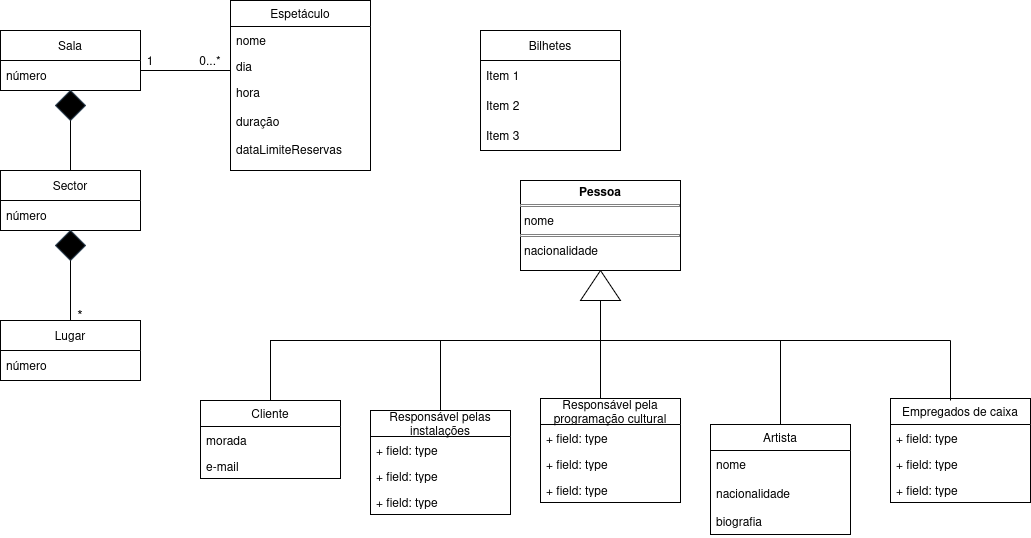
This is UML1.drawio.png from leorsd/ESOF_UML, a draw.io export, as it was before one commit. Source tidied: cells renumbered, new cells last; positions are measured from the earlier drawing's top-left corner, leaving out a move shared by most shapes. Source of this version:
```xml
<mxGraphModel>
  <root>
    <mxCell id="0" />
    <mxCell id="1" parent="0" />
    <mxCell id="2" value="Artista" style="swimlane;fontStyle=0;horizontal=1;startSize=26;fillColor=none;whiteSpace=wrap;html=1;" parent="1" vertex="1">
      <mxGeometry x="710" y="424" width="140" height="110" as="geometry" />
    </mxCell>
    <mxCell id="3" value="&lt;div&gt;nome&lt;/div&gt;&lt;div&gt;&lt;br&gt;&lt;/div&gt;&lt;div&gt;nacionalidade&lt;/div&gt;&lt;div&gt;&lt;br&gt;&lt;/div&gt;&lt;div&gt;biografia&lt;/div&gt;" style="text;strokeColor=none;fillColor=none;align=left;verticalAlign=top;spacingLeft=4;spacingRight=4;overflow=hidden;whiteSpace=wrap;html=1;" parent="2" vertex="1">
      <mxGeometry y="26" width="140" height="84" as="geometry" />
    </mxCell>
    <mxCell id="4" value="Sala" style="swimlane;fontStyle=0;horizontal=1;startSize=30;whiteSpace=wrap;html=1;" parent="1" vertex="1">
      <mxGeometry y="30" width="140" height="60" as="geometry" />
    </mxCell>
    <mxCell id="5" value="número" style="text;strokeColor=none;fillColor=none;align=left;verticalAlign=middle;spacingLeft=4;spacingRight=4;overflow=hidden;whiteSpace=wrap;html=1;" parent="4" vertex="1">
      <mxGeometry y="30" width="140" height="30" as="geometry" />
    </mxCell>
    <mxCell id="6" value="Sector" style="swimlane;fontStyle=0;horizontal=1;startSize=30;whiteSpace=wrap;html=1;" parent="1" vertex="1">
      <mxGeometry y="170" width="140" height="60" as="geometry" />
    </mxCell>
    <mxCell id="7" value="número" style="text;strokeColor=none;fillColor=none;align=left;verticalAlign=middle;spacingLeft=4;spacingRight=4;overflow=hidden;whiteSpace=wrap;html=1;" parent="6" vertex="1">
      <mxGeometry y="30" width="140" height="30" as="geometry" />
    </mxCell>
    <mxCell id="8" style="rhombus;whiteSpace=wrap;html=1;strokeColor=#314354;fillColor=#000000;fontColor=#ffffff;" parent="1" vertex="1">
      <mxGeometry x="55" y="90" width="30" height="30" as="geometry" />
    </mxCell>
    <mxCell id="9" style="endArrow=none;html=1;rounded=0;entryX=0.5;entryY=1;entryDx=0;entryDy=0;" parent="1" edge="1" target="8">
      <mxGeometry relative="1" as="geometry">
        <mxPoint x="70" y="170" as="sourcePoint" />
      </mxGeometry>
    </mxCell>
    <mxCell id="10" value="1" style="text;html=1;align=center;verticalAlign=middle;whiteSpace=wrap;rounded=0;" parent="1" vertex="1">
      <mxGeometry x="120" y="45" width="60" height="30" as="geometry" />
    </mxCell>
    <mxCell id="11" value="Lugar" style="swimlane;fontStyle=0;horizontal=1;startSize=30;whiteSpace=wrap;html=1;" parent="1" vertex="1">
      <mxGeometry y="320" width="140" height="60" as="geometry" />
    </mxCell>
    <mxCell id="12" value="número" style="text;strokeColor=none;fillColor=none;align=left;verticalAlign=middle;spacingLeft=4;spacingRight=4;overflow=hidden;whiteSpace=wrap;html=1;" parent="11" vertex="1">
      <mxGeometry y="30" width="140" height="30" as="geometry" />
    </mxCell>
    <mxCell id="13" style="rhombus;whiteSpace=wrap;html=1;strokeColor=#314354;fillColor=#000000;fontColor=#ffffff;" parent="1" vertex="1">
      <mxGeometry x="55" y="230" width="30" height="30" as="geometry" />
    </mxCell>
    <mxCell id="14" style="endArrow=none;html=1;rounded=0;" parent="1" edge="1" source="11">
      <mxGeometry relative="1" as="geometry">
        <mxPoint x="70" y="260" as="targetPoint" />
      </mxGeometry>
    </mxCell>
    <mxCell id="15" value="&lt;font style=&quot;font-size: 14px;&quot;&gt;*&lt;/font&gt;" style="text;html=1;align=center;verticalAlign=middle;whiteSpace=wrap;rounded=0;" parent="1" vertex="1">
      <mxGeometry x="50" y="300" width="60" height="30" as="geometry" />
    </mxCell>
    <mxCell id="16" value="Espetáculo" style="swimlane;fontStyle=0;horizontal=1;startSize=26;fillColor=none;whiteSpace=wrap;html=1;" parent="1" vertex="1">
      <mxGeometry x="230" width="140" height="170" as="geometry" />
    </mxCell>
    <mxCell id="17" value="nome" style="text;strokeColor=none;fillColor=none;align=left;verticalAlign=top;spacingLeft=4;spacingRight=4;overflow=hidden;whiteSpace=wrap;html=1;" parent="16" vertex="1">
      <mxGeometry y="26" width="140" height="26" as="geometry" />
    </mxCell>
    <mxCell id="18" value="dia" style="text;strokeColor=none;fillColor=none;align=left;verticalAlign=top;spacingLeft=4;spacingRight=4;overflow=hidden;whiteSpace=wrap;html=1;" parent="16" vertex="1">
      <mxGeometry y="52" width="140" height="26" as="geometry" />
    </mxCell>
    <mxCell id="19" value="&lt;div&gt;hora&lt;/div&gt;&lt;div&gt;&lt;br&gt;&lt;/div&gt;&lt;div&gt;duração&lt;/div&gt;&lt;div&gt;&lt;br&gt;&lt;/div&gt;&lt;div&gt;dataLimiteReservas&lt;/div&gt;" style="text;strokeColor=none;fillColor=none;align=left;verticalAlign=top;spacingLeft=4;spacingRight=4;overflow=hidden;whiteSpace=wrap;html=1;" parent="16" vertex="1">
      <mxGeometry y="78" width="140" height="92" as="geometry" />
    </mxCell>
    <mxCell id="20" value="Cliente" style="swimlane;fontStyle=0;horizontal=1;startSize=26;fillColor=none;whiteSpace=wrap;html=1;" parent="1" vertex="1">
      <mxGeometry x="200" y="400" width="140" height="78" as="geometry" />
    </mxCell>
    <mxCell id="21" value="morada" style="text;strokeColor=none;fillColor=none;align=left;verticalAlign=top;spacingLeft=4;spacingRight=4;overflow=hidden;whiteSpace=wrap;html=1;" parent="20" vertex="1">
      <mxGeometry y="26" width="140" height="26" as="geometry" />
    </mxCell>
    <mxCell id="22" value="e-mail" style="text;strokeColor=none;fillColor=none;align=left;verticalAlign=top;spacingLeft=4;spacingRight=4;overflow=hidden;whiteSpace=wrap;html=1;" parent="20" vertex="1">
      <mxGeometry y="52" width="140" height="26" as="geometry" />
    </mxCell>
    <mxCell id="23" value="&lt;p style=&quot;margin:0px;margin-top:4px;text-align:center;&quot;&gt;&lt;b&gt;Pessoa&lt;/b&gt;&lt;/p&gt;&lt;hr size=&quot;1&quot; style=&quot;border-style:solid;&quot;&gt;&lt;p style=&quot;margin:0px;margin-left:4px;&quot;&gt;nome&lt;/p&gt;&lt;hr size=&quot;1&quot; style=&quot;border-style:solid;&quot;&gt;&lt;p style=&quot;margin:0px;margin-left:4px;&quot;&gt;nacionalidade&lt;/p&gt;" style="verticalAlign=top;align=left;overflow=fill;html=1;whiteSpace=wrap;" parent="1" vertex="1">
      <mxGeometry x="520" y="180" width="160" height="90" as="geometry" />
    </mxCell>
    <mxCell id="24" style="endArrow=none;html=1;rounded=0;entryX=0.5;entryY=1;entryDx=0;entryDy=0;" parent="1" edge="1">
      <mxGeometry relative="1" as="geometry">
        <mxPoint x="230" y="70" as="sourcePoint" />
        <mxPoint x="140" y="70" as="targetPoint" />
      </mxGeometry>
    </mxCell>
    <mxCell id="25" value="Empregados de caixa" style="swimlane;fontStyle=0;horizontal=1;startSize=26;fillColor=none;whiteSpace=wrap;html=1;" parent="1" vertex="1">
      <mxGeometry x="890" y="398" width="140" height="104" as="geometry" />
    </mxCell>
    <mxCell id="26" value="+ field: type" style="text;strokeColor=none;fillColor=none;align=left;verticalAlign=top;spacingLeft=4;spacingRight=4;overflow=hidden;whiteSpace=wrap;html=1;" parent="25" vertex="1">
      <mxGeometry y="26" width="140" height="26" as="geometry" />
    </mxCell>
    <mxCell id="27" value="+ field: type" style="text;strokeColor=none;fillColor=none;align=left;verticalAlign=top;spacingLeft=4;spacingRight=4;overflow=hidden;whiteSpace=wrap;html=1;" parent="25" vertex="1">
      <mxGeometry y="52" width="140" height="26" as="geometry" />
    </mxCell>
    <mxCell id="28" value="+ field: type" style="text;strokeColor=none;fillColor=none;align=left;verticalAlign=top;spacingLeft=4;spacingRight=4;overflow=hidden;whiteSpace=wrap;html=1;" parent="25" vertex="1">
      <mxGeometry y="78" width="140" height="26" as="geometry" />
    </mxCell>
    <mxCell id="29" value="Responsável pelas instalações" style="swimlane;fontStyle=0;horizontal=1;startSize=26;fillColor=none;whiteSpace=wrap;html=1;" parent="1" vertex="1">
      <mxGeometry x="370" y="410" width="140" height="104" as="geometry" />
    </mxCell>
    <mxCell id="30" value="+ field: type" style="text;strokeColor=none;fillColor=none;align=left;verticalAlign=top;spacingLeft=4;spacingRight=4;overflow=hidden;whiteSpace=wrap;html=1;" parent="29" vertex="1">
      <mxGeometry y="26" width="140" height="26" as="geometry" />
    </mxCell>
    <mxCell id="31" value="+ field: type" style="text;strokeColor=none;fillColor=none;align=left;verticalAlign=top;spacingLeft=4;spacingRight=4;overflow=hidden;whiteSpace=wrap;html=1;" parent="29" vertex="1">
      <mxGeometry y="52" width="140" height="26" as="geometry" />
    </mxCell>
    <mxCell id="32" value="+ field: type" style="text;strokeColor=none;fillColor=none;align=left;verticalAlign=top;spacingLeft=4;spacingRight=4;overflow=hidden;whiteSpace=wrap;html=1;" parent="29" vertex="1">
      <mxGeometry y="78" width="140" height="26" as="geometry" />
    </mxCell>
    <mxCell id="33" value="Responsável pela programação cultural" style="swimlane;fontStyle=0;horizontal=1;startSize=26;fillColor=none;whiteSpace=wrap;html=1;" parent="1" vertex="1">
      <mxGeometry x="540" y="398" width="140" height="104" as="geometry" />
    </mxCell>
    <mxCell id="34" value="+ field: type" style="text;strokeColor=none;fillColor=none;align=left;verticalAlign=top;spacingLeft=4;spacingRight=4;overflow=hidden;whiteSpace=wrap;html=1;" parent="33" vertex="1">
      <mxGeometry y="26" width="140" height="26" as="geometry" />
    </mxCell>
    <mxCell id="35" value="+ field: type" style="text;strokeColor=none;fillColor=none;align=left;verticalAlign=top;spacingLeft=4;spacingRight=4;overflow=hidden;whiteSpace=wrap;html=1;" parent="33" vertex="1">
      <mxGeometry y="52" width="140" height="26" as="geometry" />
    </mxCell>
    <mxCell id="36" value="+ field: type" style="text;strokeColor=none;fillColor=none;align=left;verticalAlign=top;spacingLeft=4;spacingRight=4;overflow=hidden;whiteSpace=wrap;html=1;" parent="33" vertex="1">
      <mxGeometry y="78" width="140" height="26" as="geometry" />
    </mxCell>
    <mxCell id="37" value="Bilhetes" style="swimlane;fontStyle=0;horizontal=1;startSize=30;whiteSpace=wrap;html=1;" parent="1" vertex="1">
      <mxGeometry x="480" y="30" width="140" height="120" as="geometry" />
    </mxCell>
    <mxCell id="38" value="Item 1" style="text;strokeColor=none;fillColor=none;align=left;verticalAlign=middle;spacingLeft=4;spacingRight=4;overflow=hidden;whiteSpace=wrap;html=1;" parent="37" vertex="1">
      <mxGeometry y="30" width="140" height="30" as="geometry" />
    </mxCell>
    <mxCell id="39" value="Item 2" style="text;strokeColor=none;fillColor=none;align=left;verticalAlign=middle;spacingLeft=4;spacingRight=4;overflow=hidden;whiteSpace=wrap;html=1;" parent="37" vertex="1">
      <mxGeometry y="60" width="140" height="30" as="geometry" />
    </mxCell>
    <mxCell id="40" value="Item 3" style="text;strokeColor=none;fillColor=none;align=left;verticalAlign=middle;spacingLeft=4;spacingRight=4;overflow=hidden;whiteSpace=wrap;html=1;" parent="37" vertex="1">
      <mxGeometry y="90" width="140" height="30" as="geometry" />
    </mxCell>
    <mxCell id="41" style="triangle;whiteSpace=wrap;html=1;rotation=-180;direction=south;" parent="1" vertex="1">
      <mxGeometry x="580" y="270" width="40" height="30" as="geometry" />
    </mxCell>
    <mxCell id="42" value="0...*" style="text;html=1;align=center;verticalAlign=middle;whiteSpace=wrap;rounded=0;" parent="1" vertex="1">
      <mxGeometry x="180" y="45" width="60" height="30" as="geometry" />
    </mxCell>
    <mxCell id="43" style="endArrow=none;html=1;rounded=0;entryX=0;entryY=0.5;entryDx=0;entryDy=0;exitX=0.5;exitY=0;exitDx=0;exitDy=0;" parent="1" edge="1" source="20" target="41">
      <mxGeometry relative="1" as="geometry">
        <Array as="points">
          <mxPoint x="270" y="340" />
          <mxPoint x="600" y="340" />
        </Array>
      </mxGeometry>
    </mxCell>
    <mxCell id="44" style="endArrow=none;html=1;rounded=0;exitX=0.5;exitY=0;exitDx=0;exitDy=0;" parent="1" edge="1" source="29">
      <mxGeometry relative="1" as="geometry">
        <mxPoint x="440" y="340" as="targetPoint" />
      </mxGeometry>
    </mxCell>
    <mxCell id="45" style="endArrow=none;html=1;rounded=0;" parent="1" edge="1">
      <mxGeometry relative="1" as="geometry">
        <mxPoint x="570" y="340" as="sourcePoint" />
        <mxPoint x="950" y="340" as="targetPoint" />
      </mxGeometry>
    </mxCell>
    <mxCell id="46" style="endArrow=none;html=1;rounded=0;exitX=0.5;exitY=0;exitDx=0;exitDy=0;" parent="1" edge="1" source="2">
      <mxGeometry relative="1" as="geometry">
        <mxPoint x="780" y="340" as="targetPoint" />
      </mxGeometry>
    </mxCell>
    <mxCell id="47" style="endArrow=none;html=1;rounded=0;exitX=0.5;exitY=0;exitDx=0;exitDy=0;" parent="1" edge="1">
      <mxGeometry relative="1" as="geometry">
        <mxPoint x="950" y="400" as="sourcePoint" />
        <mxPoint x="950" y="340" as="targetPoint" />
      </mxGeometry>
    </mxCell>
    <mxCell id="48" style="endArrow=none;html=1;rounded=0;exitX=0.5;exitY=0;exitDx=0;exitDy=0;" parent="1" edge="1">
      <mxGeometry relative="1" as="geometry">
        <mxPoint x="600" y="398" as="sourcePoint" />
        <mxPoint x="600" y="338" as="targetPoint" />
      </mxGeometry>
    </mxCell>
  </root>
</mxGraphModel>
```
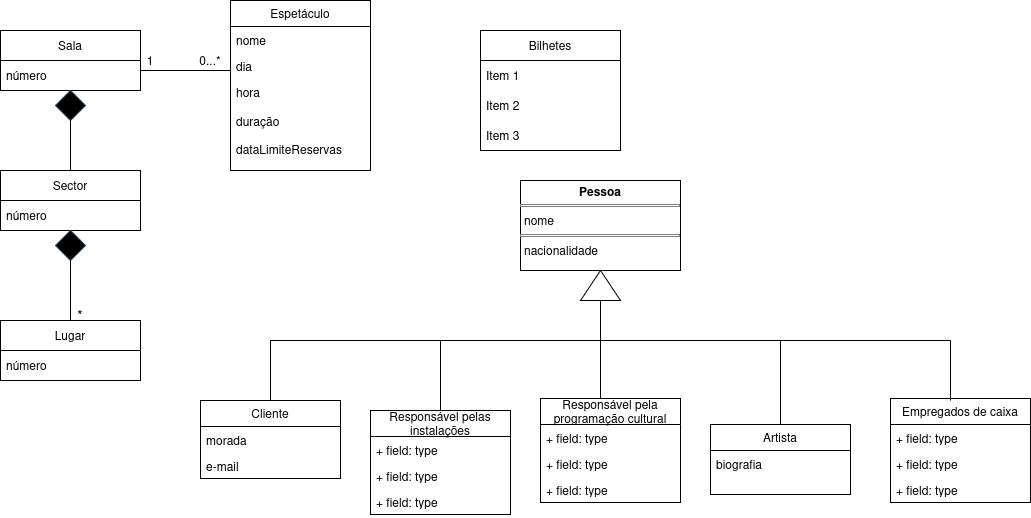
Above is the later version.

Diff of the diagram source:
```diff
@@ -3,10 +3,10 @@
     <mxCell id="0" />
     <mxCell id="1" parent="0" />
     <mxCell id="2" value="Artista" style="swimlane;fontStyle=0;horizontal=1;startSize=26;fillColor=none;whiteSpace=wrap;html=1;" parent="1" vertex="1">
-      <mxGeometry x="710" y="424" width="140" height="110" as="geometry" />
+      <mxGeometry x="710" y="424" width="140" height="70" as="geometry" />
     </mxCell>
-    <mxCell id="3" value="&lt;div&gt;nome&lt;/div&gt;&lt;div&gt;&lt;br&gt;&lt;/div&gt;&lt;div&gt;nacionalidade&lt;/div&gt;&lt;div&gt;&lt;br&gt;&lt;/div&gt;&lt;div&gt;biografia&lt;/div&gt;" style="text;strokeColor=none;fillColor=none;align=left;verticalAlign=top;spacingLeft=4;spacingRight=4;overflow=hidden;whiteSpace=wrap;html=1;" parent="2" vertex="1">
-      <mxGeometry y="26" width="140" height="84" as="geometry" />
+    <mxCell id="3" value="&lt;div&gt;biografia&lt;/div&gt;" style="text;strokeColor=none;fillColor=none;align=left;verticalAlign=top;spacingLeft=4;spacingRight=4;overflow=hidden;whiteSpace=wrap;html=1;" parent="2" vertex="1">
+      <mxGeometry y="26" width="140" height="44" as="geometry" />
     </mxCell>
     <mxCell id="4" value="Sala" style="swimlane;fontStyle=0;horizontal=1;startSize=30;whiteSpace=wrap;html=1;" parent="1" vertex="1">
       <mxGeometry y="30" width="140" height="60" as="geometry" />
```
